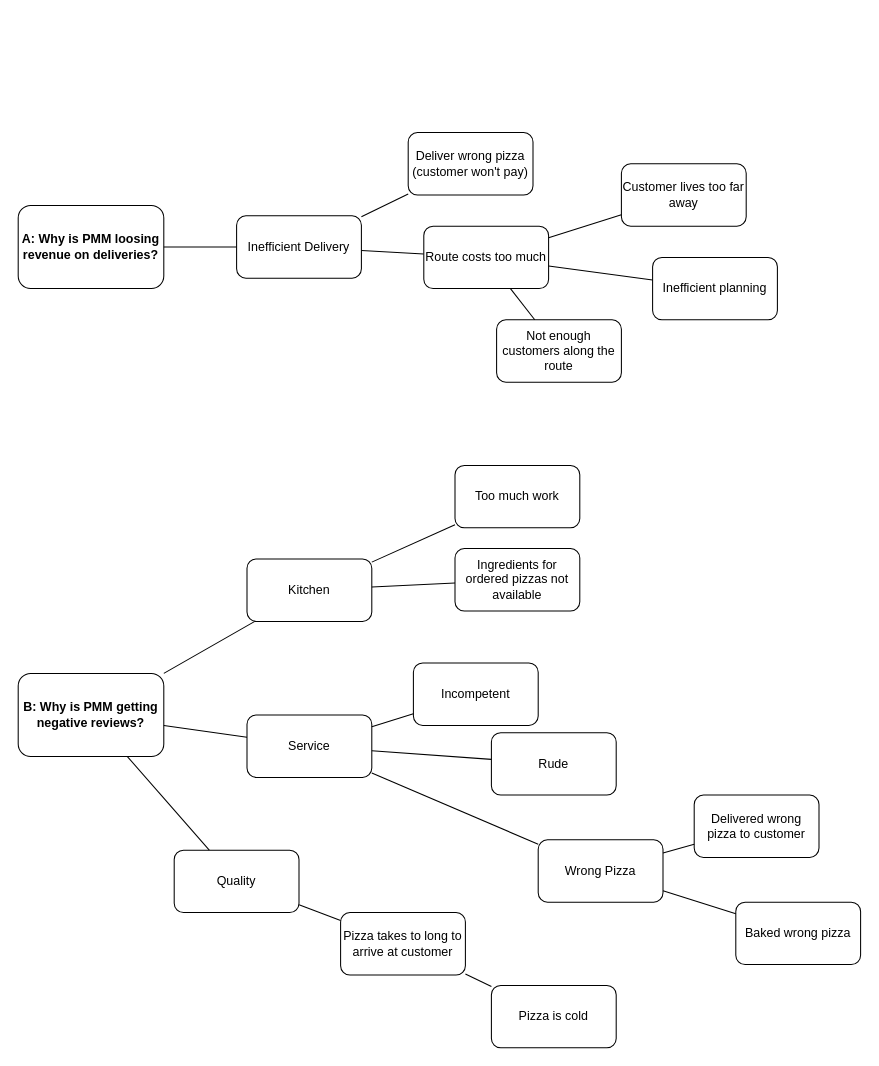
Earlier version of the draw.io diagram Why.drawio (philippmayrth/IISProcessInt). Source tidied: cells renumbered, new cells numbered last; positions are measured from the earlier drawing's top-left corner, leaving out a move shared by most shapes. Both pictures are drawn from the tidied source at 104%, with x=0, y=0 at pixel (18, 132).
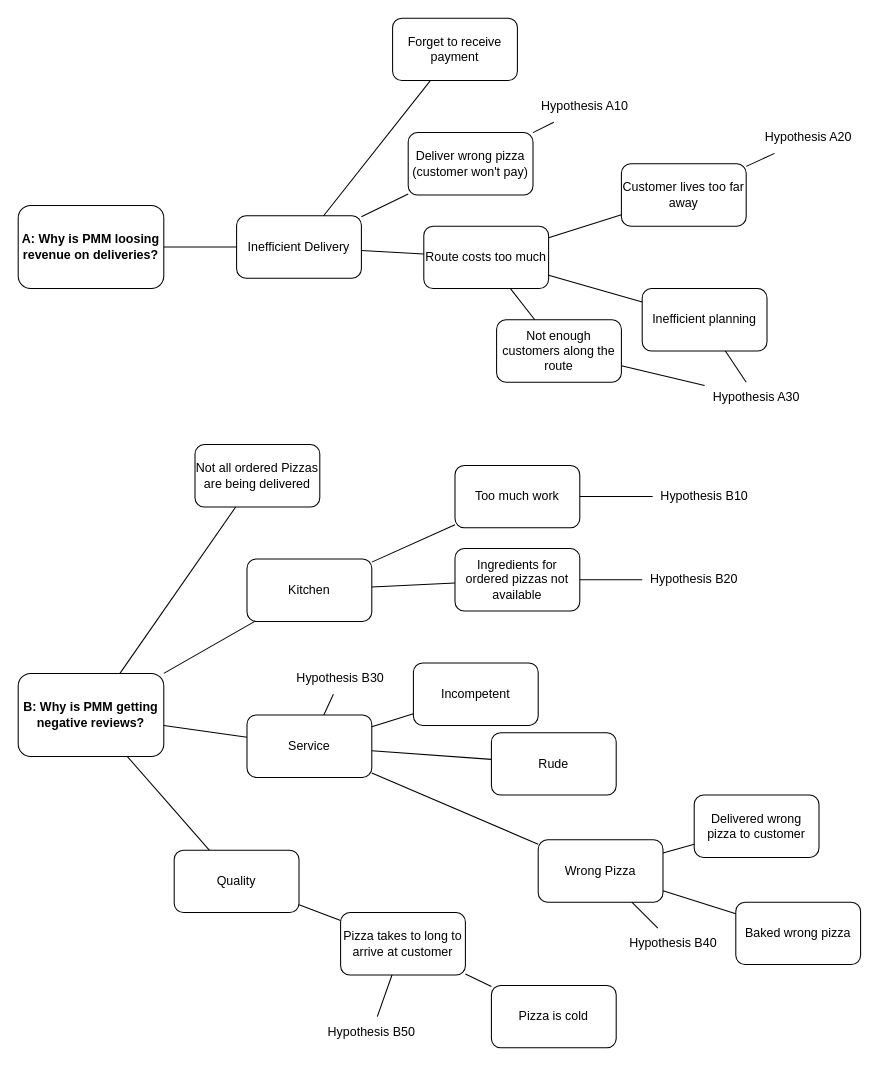
The same diagram, later.

Commit message (it also covers changes not shown here):
checked some hypothesis

The change refers to these unchanged cells:
```xml
<mxCell id="2" value="Inefficient Delivery" style="rounded=1;whiteSpace=wrap;html=1;" parent="1" vertex="1">
  <mxGeometry x="210" y="80" width="120" height="60" as="geometry" />
</mxCell>
<mxCell id="4" value="Deliver wrong pizza (customer won't pay)" style="rounded=1;whiteSpace=wrap;html=1;" parent="1" vertex="1">
  <mxGeometry x="375" width="120" height="60" as="geometry" />
</mxCell>
<mxCell id="7" value="&lt;b&gt;B: Why is PMM getting negative reviews?&lt;/b&gt;" style="rounded=1;whiteSpace=wrap;html=1;" parent="1" vertex="1">
  <mxGeometry y="520" width="140" height="80" as="geometry" />
</mxCell>
<mxCell id="10" value="Service" style="rounded=1;whiteSpace=wrap;html=1;" parent="1" vertex="1">
  <mxGeometry x="220" y="560" width="120" height="60" as="geometry" />
</mxCell>
<mxCell id="16" value="Ingredients for ordered pizzas not available" style="rounded=1;whiteSpace=wrap;html=1;" parent="1" vertex="1">
  <mxGeometry x="420" y="400" width="120" height="60" as="geometry" />
</mxCell>
<mxCell id="17" value="Too much work" style="rounded=1;whiteSpace=wrap;html=1;" parent="1" vertex="1">
  <mxGeometry x="420" y="320" width="120" height="60" as="geometry" />
</mxCell>
<mxCell id="20" value="Pizza takes to long to arrive at customer" style="rounded=1;whiteSpace=wrap;html=1;" parent="1" vertex="1">
  <mxGeometry x="310" y="750" width="120" height="60" as="geometry" />
</mxCell>
<mxCell id="26" value="Wrong Pizza" style="rounded=1;whiteSpace=wrap;html=1;" parent="1" vertex="1">
  <mxGeometry x="500" y="680" width="120" height="60" as="geometry" />
</mxCell>
<mxCell id="36" value="Customer lives too far away" style="rounded=1;whiteSpace=wrap;html=1;" parent="1" vertex="1">
  <mxGeometry x="580" y="30" width="120" height="60" as="geometry" />
</mxCell>
<mxCell id="38" value="Not enough customers along the route" style="rounded=1;whiteSpace=wrap;html=1;" parent="1" vertex="1">
  <mxGeometry x="460" y="180" width="120" height="60" as="geometry" />
</mxCell>
```

Change to the diagram source:
```diff
@@
     <mxCell id="34" value="Inefficient planning" style="rounded=1;whiteSpace=wrap;html=1;" parent="1" vertex="1">
-      <mxGeometry x="610" y="120" width="120" height="60" as="geometry" />
+      <mxGeometry x="600" y="150" width="120" height="60" as="geometry" />
     </mxCell>
@@
+    <mxCell id="40" value="Hypothesis A10" style="text;html=1;strokeColor=none;fillColor=none;align=center;verticalAlign=middle;whiteSpace=wrap;rounded=0;" parent="1" vertex="1">
+      <mxGeometry x="495" y="-40" width="100" height="30" as="geometry" />
+    </mxCell>
+    <mxCell id="41" value="Hypothesis A20" style="text;html=1;strokeColor=none;fillColor=none;align=center;verticalAlign=middle;whiteSpace=wrap;rounded=0;" parent="1" vertex="1">
+      <mxGeometry x="710" y="-10" width="100" height="30" as="geometry" />
+    </mxCell>
+    <mxCell id="42" value="Hypothesis A30" style="text;html=1;strokeColor=none;fillColor=none;align=center;verticalAlign=middle;whiteSpace=wrap;rounded=0;" parent="1" vertex="1">
+      <mxGeometry x="660" y="240" width="100" height="30" as="geometry" />
+    </mxCell>
+    <mxCell id="43" style="endArrow=none;html=1;rounded=0;" parent="1" edge="1" source="36" target="41">
+      <mxGeometry relative="1" as="geometry" />
+    </mxCell>
+    <mxCell id="44" style="endArrow=none;html=1;rounded=0;" parent="1" edge="1" source="42" target="34">
+      <mxGeometry relative="1" as="geometry" />
+    </mxCell>
+    <mxCell id="45" style="endArrow=none;html=1;rounded=0;" parent="1" edge="1" source="42" target="38">
+      <mxGeometry relative="1" as="geometry" />
+    </mxCell>
+    <mxCell id="46" style="endArrow=none;html=1;rounded=0;" parent="1" edge="1" source="4" target="40">
+      <mxGeometry relative="1" as="geometry" />
+    </mxCell>
+    <mxCell id="47" value="Hypothesis B10" style="text;html=1;strokeColor=none;fillColor=none;align=center;verticalAlign=middle;whiteSpace=wrap;rounded=0;" parent="1" vertex="1">
+      <mxGeometry x="610" y="335" width="100" height="30" as="geometry" />
+    </mxCell>
+    <mxCell id="48" value="Hypothesis B20" style="text;html=1;strokeColor=none;fillColor=none;align=center;verticalAlign=middle;whiteSpace=wrap;rounded=0;" parent="1" vertex="1">
+      <mxGeometry x="600" y="415" width="100" height="30" as="geometry" />
+    </mxCell>
+    <mxCell id="49" style="endArrow=none;html=1;rounded=0;" parent="1" edge="1" source="47" target="17">
+      <mxGeometry relative="1" as="geometry" />
+    </mxCell>
+    <mxCell id="50" style="endArrow=none;html=1;rounded=0;" parent="1" edge="1" source="48" target="16">
+      <mxGeometry relative="1" as="geometry" />
+    </mxCell>
+    <mxCell id="51" value="Hypothesis B30" style="text;html=1;strokeColor=none;fillColor=none;align=center;verticalAlign=middle;whiteSpace=wrap;rounded=0;" parent="1" vertex="1">
+      <mxGeometry x="260" y="510" width="100" height="30" as="geometry" />
+    </mxCell>
+    <mxCell id="52" style="endArrow=none;html=1;rounded=0;" parent="1" edge="1" source="51" target="10">
+      <mxGeometry relative="1" as="geometry" />
+    </mxCell>
+    <mxCell id="53" value="Hypothesis B40" style="text;html=1;strokeColor=none;fillColor=none;align=center;verticalAlign=middle;whiteSpace=wrap;rounded=0;" parent="1" vertex="1">
+      <mxGeometry x="580" y="765" width="100" height="30" as="geometry" />
+    </mxCell>
+    <mxCell id="54" style="endArrow=none;html=1;rounded=0;" parent="1" edge="1" source="53" target="26">
+      <mxGeometry relative="1" as="geometry" />
+    </mxCell>
+    <mxCell id="55" value="Hypothesis B50" style="text;html=1;strokeColor=none;fillColor=none;align=center;verticalAlign=middle;whiteSpace=wrap;rounded=0;" parent="1" vertex="1">
+      <mxGeometry x="290" y="850" width="100" height="30" as="geometry" />
+    </mxCell>
+    <mxCell id="56" style="endArrow=none;html=1;rounded=0;" parent="1" edge="1" source="20" target="55">
+      <mxGeometry relative="1" as="geometry" />
+    </mxCell>
+    <mxCell id="57" value="Forget to receive payment" style="rounded=1;whiteSpace=wrap;html=1;" parent="1" vertex="1">
+      <mxGeometry x="360" y="-110" width="120" height="60" as="geometry" />
+    </mxCell>
+    <mxCell id="58" style="endArrow=none;html=1;rounded=0;" parent="1" edge="1" source="2" target="57">
+      <mxGeometry relative="1" as="geometry" />
+    </mxCell>
+    <mxCell id="59" value="Not all ordered Pizzas are being delivered" style="rounded=1;whiteSpace=wrap;html=1;" parent="1" vertex="1">
+      <mxGeometry x="170" y="300" width="120" height="60" as="geometry" />
+    </mxCell>
+    <mxCell id="60" style="endArrow=none;html=1;rounded=0;" parent="1" edge="1" source="59" target="7">
+      <mxGeometry relative="1" as="geometry" />
+    </mxCell>
```
